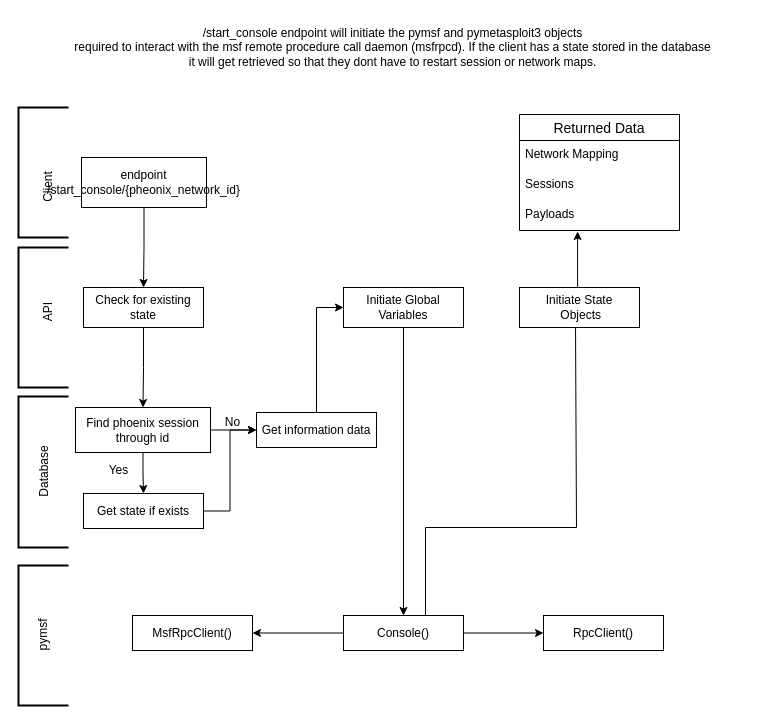
Before: page "/start_console" (1 of 2) of pymsf/pymsf.drawio in ACCISA/msf_automate, a draw.io diagram. Source tidied: cells renumbered, new cells numbered last; positions are measured from the earlier drawing's top-left corner, leaving out a move shared by most shapes. Both pictures are drawn from the tidied source at 100%, with x=0, y=0 at pixel (3, 17).
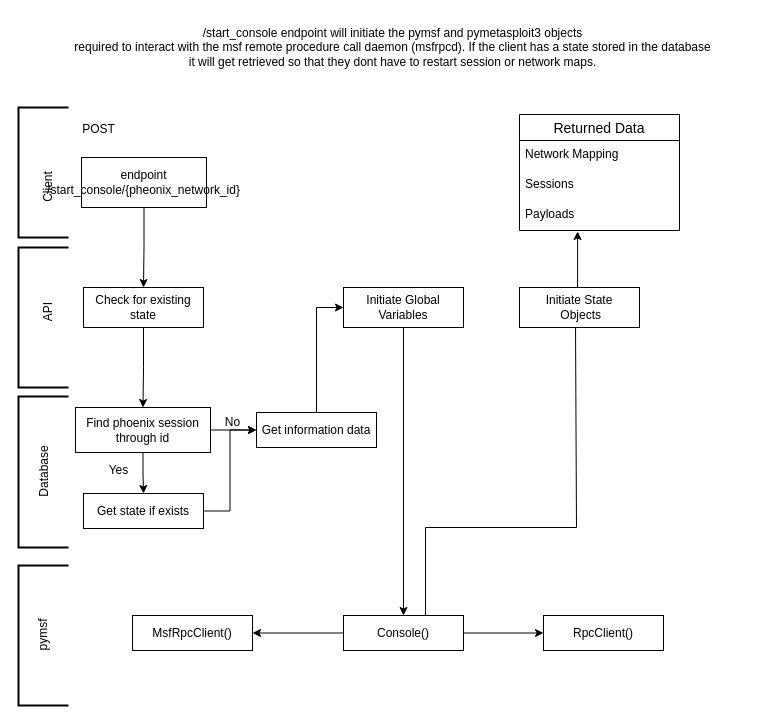
The same diagram, later.

What changed in the source:
```diff
@@
+    <mxCell id="39" value="POST" style="text;html=1;align=center;verticalAlign=middle;strokeColor=none;fillColor=none;" parent="1" vertex="1">
+      <mxGeometry x="65" y="97" width="60" height="30" as="geometry" />
+    </mxCell>
```
